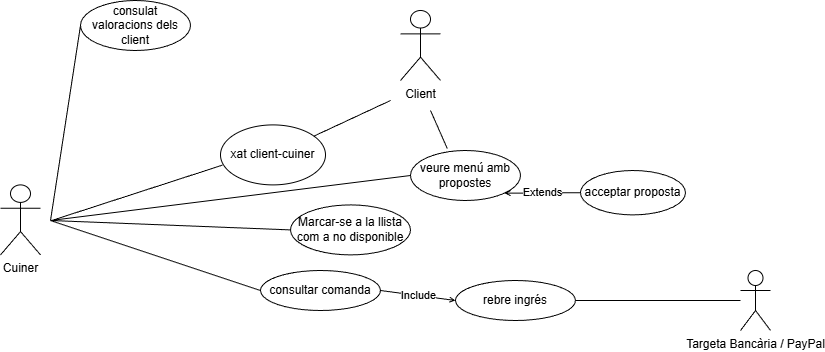
Above: Diagrames/Diagrames cas de ús/Diagrames per perfil/UML cuiner.drawio.png in MarcelPainos/ES26UAB-431-12 (draw.io), before the change. Source tidied: cells renumbered, new cells last; positions are measured from the earlier drawing's top-left corner, leaving out a move shared by most shapes. The source it was exported from:
```xml
<mxGraphModel>
  <root>
    <mxCell id="0" />
    <mxCell id="1" parent="0" />
    <mxCell id="2" value="Cuiner" style="shape=umlActor;verticalLabelPosition=bottom;verticalAlign=top;html=1;" parent="1" vertex="1">
      <mxGeometry y="184.4" width="40" height="70" as="geometry" />
    </mxCell>
    <mxCell id="3" style="endArrow=none;html=1;rounded=0;exitX=0;exitY=0.5;exitDx=0;exitDy=0;" parent="1" edge="1" source="4">
      <mxGeometry relative="1" as="geometry">
        <mxPoint x="50" y="220" as="targetPoint" />
      </mxGeometry>
    </mxCell>
    <mxCell id="4" value="Marcar-se a la llista com a no disponible" style="ellipse;whiteSpace=wrap;html=1;" parent="1" vertex="1">
      <mxGeometry x="290" y="204.4" width="120" height="50" as="geometry" />
    </mxCell>
    <mxCell id="5" style="endArrow=none;html=1;rounded=0;exitX=0;exitY=0.5;exitDx=0;exitDy=0;" parent="1" edge="1" source="6">
      <mxGeometry relative="1" as="geometry">
        <mxPoint x="50" y="220" as="targetPoint" />
      </mxGeometry>
    </mxCell>
    <mxCell id="6" value="consulat valoracions dels client" style="ellipse;whiteSpace=wrap;html=1;" parent="1" vertex="1">
      <mxGeometry x="80" width="110" height="50" as="geometry" />
    </mxCell>
    <mxCell id="7" style="endArrow=none;html=1;rounded=0;exitX=0;exitY=0.5;exitDx=0;exitDy=0;" parent="1" edge="1" source="8">
      <mxGeometry relative="1" as="geometry">
        <mxPoint x="50" y="220" as="targetPoint" />
      </mxGeometry>
    </mxCell>
    <mxCell id="8" value="&lt;div&gt;veure menú amb propostes&lt;/div&gt;" style="ellipse;whiteSpace=wrap;html=1;" parent="1" vertex="1">
      <mxGeometry x="410" y="150" width="110" height="50" as="geometry" />
    </mxCell>
    <mxCell id="9" value="xat client-cuiner" style="ellipse;whiteSpace=wrap;html=1;" parent="1" vertex="1">
      <mxGeometry x="220" y="124.4" width="105" height="60" as="geometry" />
    </mxCell>
    <mxCell id="10" value="acceptar proposta" style="ellipse;whiteSpace=wrap;html=1;" parent="1" vertex="1">
      <mxGeometry x="580" y="170" width="105" height="44.4" as="geometry" />
    </mxCell>
    <mxCell id="11" style="endArrow=none;html=1;rounded=0;exitX=0;exitY=0.5;exitDx=0;exitDy=0;" parent="1" edge="1" source="12">
      <mxGeometry relative="1" as="geometry">
        <mxPoint x="50" y="220" as="targetPoint" />
      </mxGeometry>
    </mxCell>
    <mxCell id="12" value="consultar comanda" style="ellipse;whiteSpace=wrap;html=1;" parent="1" vertex="1">
      <mxGeometry x="260" y="270" width="120" height="40" as="geometry" />
    </mxCell>
    <mxCell id="13" value="Targeta Bancària / PayPal" style="shape=umlActor;verticalLabelPosition=bottom;verticalAlign=top;html=1;" parent="1" vertex="1">
      <mxGeometry x="740" y="270" width="30" height="60" as="geometry" />
    </mxCell>
    <mxCell id="14" style="endArrow=none;html=1;rounded=0;exitX=1;exitY=0.5;exitDx=0;exitDy=0;" parent="1" edge="1" source="16" target="13">
      <mxGeometry relative="1" as="geometry" />
    </mxCell>
    <mxCell id="15" value="Extends" style="endArrow=open;endSize=4;endFill=0;html=1;rounded=0;entryX=1;entryY=1;entryDx=0;entryDy=0;exitX=0;exitY=0.5;exitDx=0;exitDy=0;strokeColor=default;align=center;verticalAlign=middle;fontFamily=Helvetica;fontSize=11;fontColor=default;labelBackgroundColor=default;" parent="1" edge="1" source="10" target="8">
      <mxGeometry relative="1" as="geometry" />
    </mxCell>
    <mxCell id="16" value="rebre ingrés" style="ellipse;whiteSpace=wrap;html=1;" parent="1" vertex="1">
      <mxGeometry x="455" y="280" width="120" height="40" as="geometry" />
    </mxCell>
    <mxCell id="17" value="Include" style="endArrow=open;endSize=4;endFill=0;html=1;rounded=0;exitX=1;exitY=0.5;exitDx=0;exitDy=0;entryX=0;entryY=0.5;entryDx=0;entryDy=0;strokeColor=default;align=center;verticalAlign=middle;fontFamily=Helvetica;fontSize=11;fontColor=default;labelBackgroundColor=default;" parent="1" edge="1" source="12" target="16">
      <mxGeometry relative="1" as="geometry" />
    </mxCell>
    <mxCell id="18" style="endArrow=none;html=1;rounded=0;" parent="1" edge="1" source="9">
      <mxGeometry relative="1" as="geometry">
        <mxPoint x="390" y="100" as="targetPoint" />
      </mxGeometry>
    </mxCell>
    <mxCell id="19" value="Client" style="shape=umlActor;verticalLabelPosition=bottom;verticalAlign=top;html=1;" parent="1" vertex="1">
      <mxGeometry x="400" y="10" width="40" height="70" as="geometry" />
    </mxCell>
    <mxCell id="20" style="endArrow=none;html=1;rounded=0;entryX=0.02;entryY=0.67;entryDx=0;entryDy=0;entryPerimeter=0;" parent="1" edge="1" target="9">
      <mxGeometry relative="1" as="geometry">
        <mxPoint x="50" y="220.4" as="sourcePoint" />
      </mxGeometry>
    </mxCell>
    <mxCell id="21" style="endArrow=none;html=1;rounded=0;exitX=0.335;exitY=-0.036;exitDx=0;exitDy=0;exitPerimeter=0;" parent="1" edge="1" source="8">
      <mxGeometry relative="1" as="geometry">
        <mxPoint x="430" y="110" as="targetPoint" />
      </mxGeometry>
    </mxCell>
  </root>
</mxGraphModel>
```
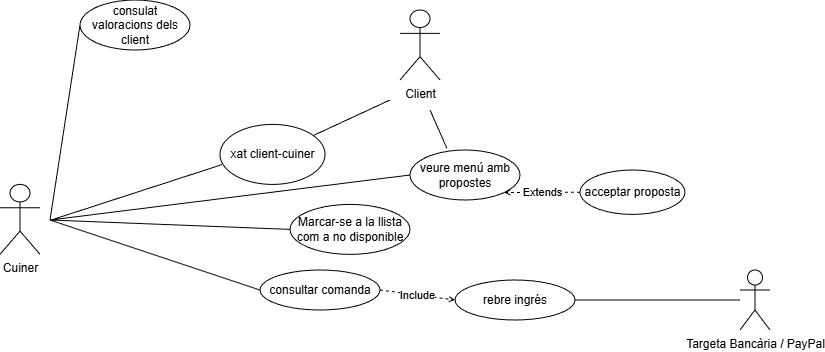
Above is the later version.

What changed in the source:
```diff
@@ -49,13 +49,13 @@
     <mxCell id="14" style="endArrow=none;html=1;rounded=0;exitX=1;exitY=0.5;exitDx=0;exitDy=0;" parent="1" edge="1" source="16" target="13">
       <mxGeometry relative="1" as="geometry" />
     </mxCell>
-    <mxCell id="15" value="Extends" style="endArrow=open;endSize=4;endFill=0;html=1;rounded=0;entryX=1;entryY=1;entryDx=0;entryDy=0;exitX=0;exitY=0.5;exitDx=0;exitDy=0;strokeColor=default;align=center;verticalAlign=middle;fontFamily=Helvetica;fontSize=11;fontColor=default;labelBackgroundColor=default;" parent="1" edge="1" source="10" target="8">
+    <mxCell id="15" value="Extends" style="endArrow=open;endSize=4;endFill=0;html=1;rounded=0;entryX=1;entryY=1;entryDx=0;entryDy=0;exitX=0;exitY=0.5;exitDx=0;exitDy=0;strokeColor=default;align=center;verticalAlign=middle;fontFamily=Helvetica;fontSize=11;fontColor=default;labelBackgroundColor=default;dashed=1;" parent="1" edge="1" source="10" target="8">
       <mxGeometry relative="1" as="geometry" />
     </mxCell>
     <mxCell id="16" value="rebre ingrés" style="ellipse;whiteSpace=wrap;html=1;" parent="1" vertex="1">
       <mxGeometry x="455" y="280" width="120" height="40" as="geometry" />
     </mxCell>
-    <mxCell id="17" value="Include" style="endArrow=open;endSize=4;endFill=0;html=1;rounded=0;exitX=1;exitY=0.5;exitDx=0;exitDy=0;entryX=0;entryY=0.5;entryDx=0;entryDy=0;strokeColor=default;align=center;verticalAlign=middle;fontFamily=Helvetica;fontSize=11;fontColor=default;labelBackgroundColor=default;" parent="1" edge="1" source="12" target="16">
+    <mxCell id="17" value="Include" style="endArrow=open;endSize=4;endFill=0;html=1;rounded=0;exitX=1;exitY=0.5;exitDx=0;exitDy=0;entryX=0;entryY=0.5;entryDx=0;entryDy=0;strokeColor=default;align=center;verticalAlign=middle;fontFamily=Helvetica;fontSize=11;fontColor=default;labelBackgroundColor=default;dashed=1;" parent="1" edge="1" source="12" target="16">
       <mxGeometry relative="1" as="geometry" />
     </mxCell>
     <mxCell id="18" style="endArrow=none;html=1;rounded=0;" parent="1" edge="1" source="9">
```
